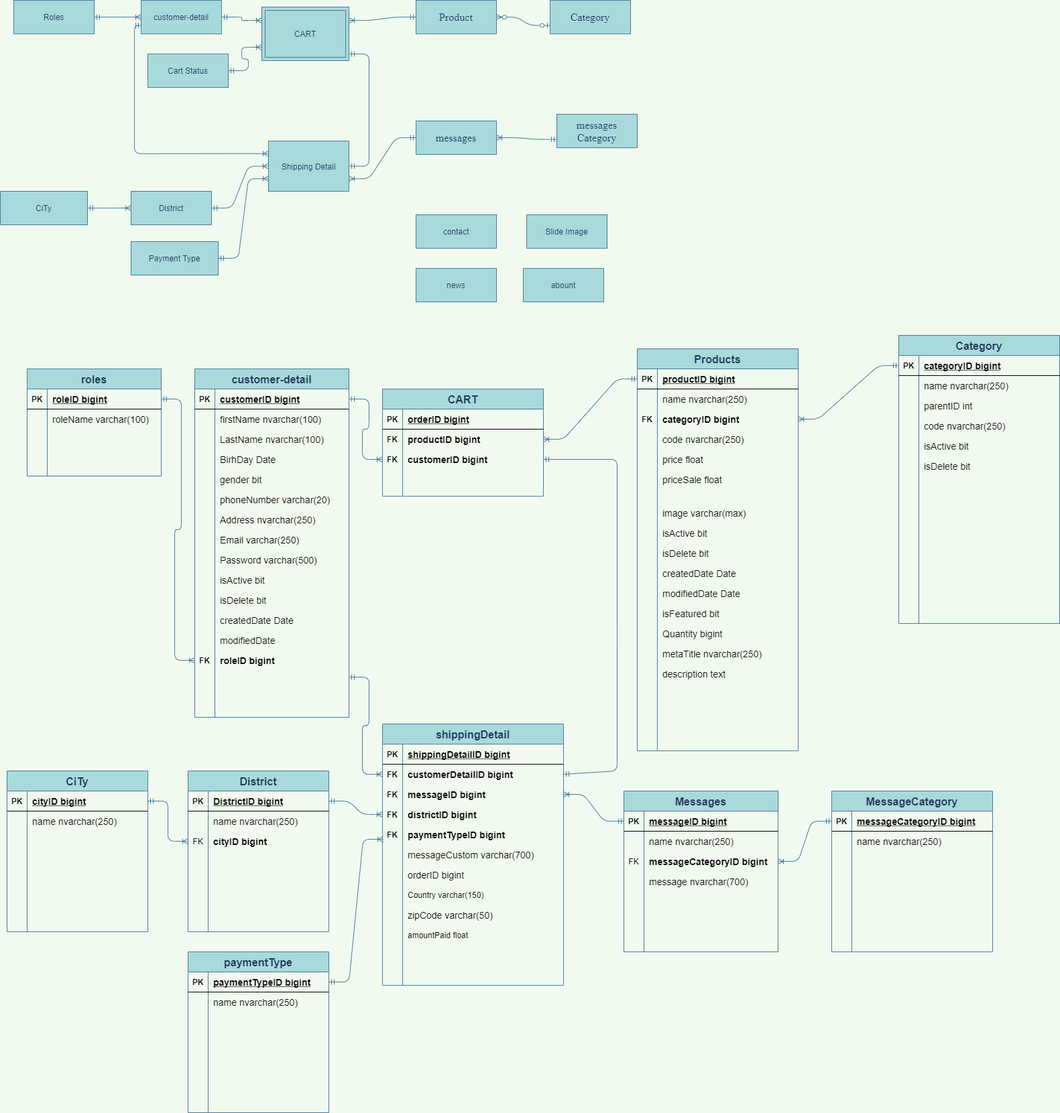
The draw.io diagram Untitled Diagram.png in maialino123/Eproject-SEM3, before a commit. Source tidied: cells renumbered, new cells last; positions are measured from the earlier drawing's top-left corner, leaving out a move shared by most shapes.
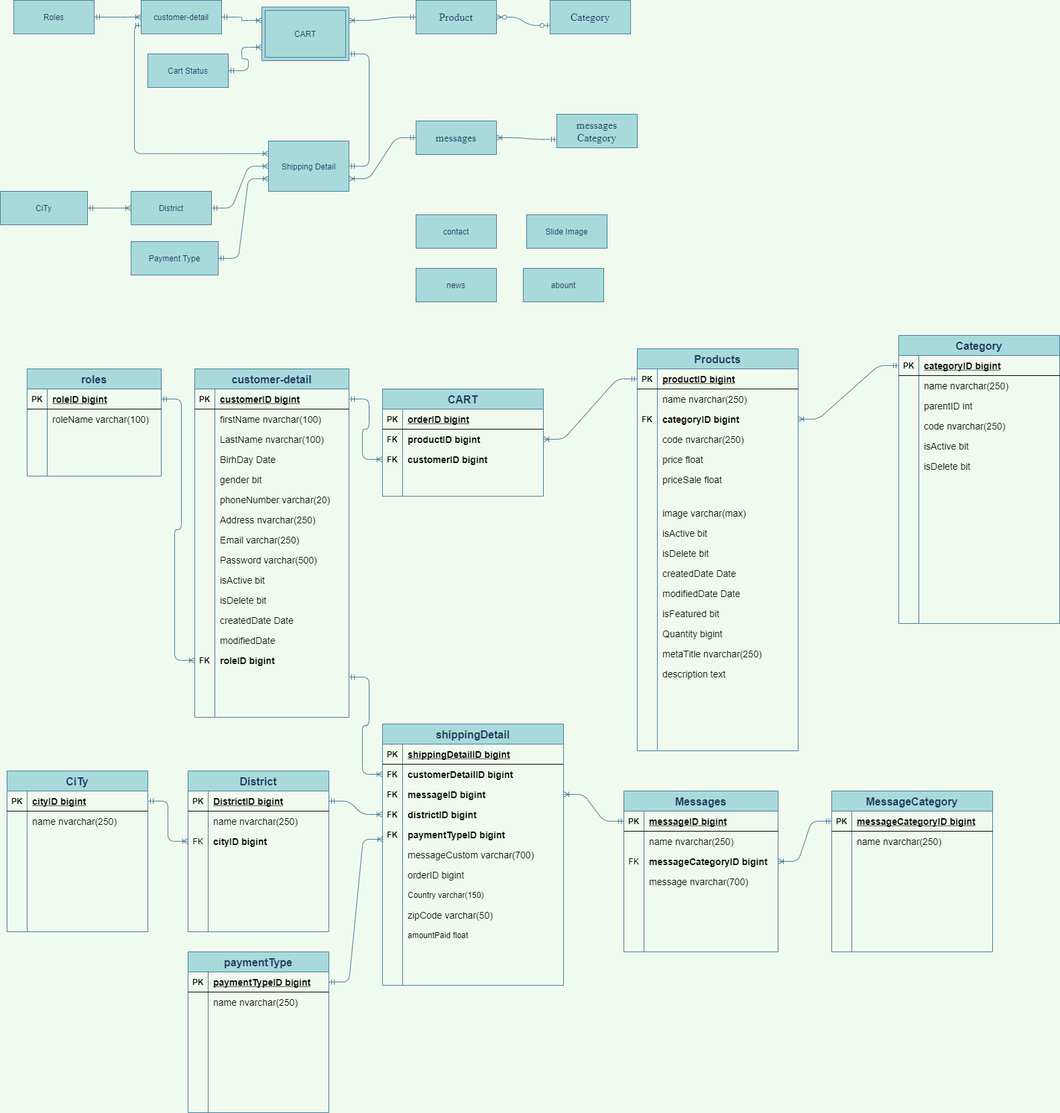
The same file after the commit.

The edit, as a diff of the source:
```diff
@@ -628,15 +628,6 @@
     <mxCell id="209" style="shape=partialRectangle;fillColor=none;top=0;left=0;bottom=0;right=0;align=left;spacingLeft=6;overflow=hidden;" parent="207" vertex="1">
       <mxGeometry x="30" width="240" height="30" as="geometry" />
     </mxCell>
-    <mxCell id="210" style="fontSize=12;html=1;endArrow=ERmandOne;startArrow=ERmandOne;fontColor=#1D3557;strokeColor=#457B9D;fillColor=#A8DADC;entryX=1;entryY=0.5;entryDx=0;entryDy=0;exitX=1;exitY=0.5;exitDx=0;exitDy=0;" parent="1" edge="1" source="177" target="93">
-      <mxGeometry relative="1" as="geometry">
-        <Array as="points">
-          <mxPoint x="920" y="1150" />
-          <mxPoint x="920" y="950" />
-          <mxPoint x="920" y="685" />
-        </Array>
-      </mxGeometry>
-    </mxCell>
     <mxCell id="211" style="edgeStyle=entityRelationEdgeStyle;fontSize=12;html=1;endArrow=ERoneToMany;startArrow=ERmandOne;fontColor=#1D3557;strokeColor=#457B9D;fillColor=#A8DADC;labelBackgroundColor=#F1FAEE;entryX=0;entryY=0.5;entryDx=0;entryDy=0;" parent="1" edge="1" target="177">
       <mxGeometry relative="1" as="geometry">
         <mxPoint x="520" y="1010" as="sourcePoint" />
```
